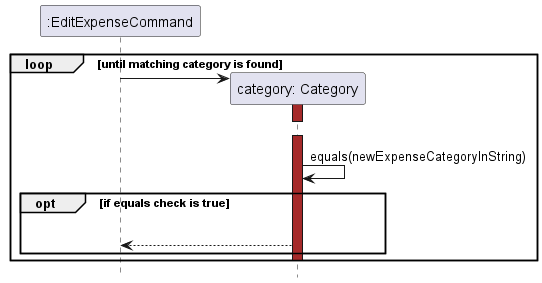
This is docs/images/sequence_diagrams/EditExpenseFindPartSequenceDiagram.png from nus-cs2103-AY2223S2/tp, a PlantUML export, as it was before one commit. Its diagram source:
```plantuml
@startuml  EditExpenseFindPartSequenceDiagram

hide footbox
skinparam MinClassWidth 50
skinparam ParticipantPadding 10
skinparam Shadowing false
skinparam DefaultTextAlignment center
skinparam packageStyle Rectangle

participant ":EditExpenseCommand" as Command  order 1
participant "category: Category" as Category order 2
skinparam Sequence {
    MessageAlign center
    BoxFontSize 15
    BoxPadding 0
    BoxFontColor #FFFFFF
    ReferenceBackgroundColor #FFFFFF
}

loop until matching category is found
    create Category
    Command -> Category
    activate Category #Brown
    Category -[hidden]> Command
    deactivate Category

    Command-[hidden]->Category
     activate Category #Brown
    Category -> Category :equals(newExpenseCategoryInString)
    opt if equals check is true
       Category -[hidden]> Category
       Category --> Command
    end
    deactivate Category
end
@enduml
```
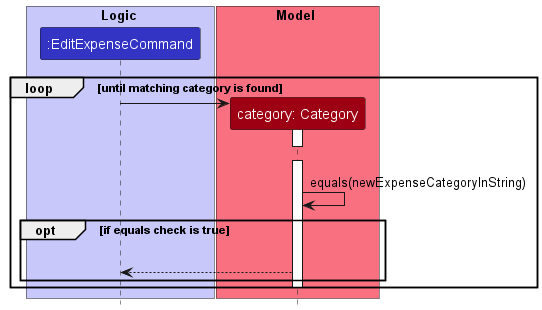
The same file after the commit.

The edit, as a diff of the source:
```diff
@@ -1,4 +1,5 @@
 @startuml  EditExpenseFindPartSequenceDiagram
+!include ../../style.puml
 
 hide footbox
 skinparam MinClassWidth 50
@@ -7,25 +8,23 @@
 skinparam DefaultTextAlignment center
 skinparam packageStyle Rectangle
 
-participant ":EditExpenseCommand" as Command  order 1
-participant "category: Category" as Category order 2
-skinparam Sequence {
-    MessageAlign center
-    BoxFontSize 15
-    BoxPadding 0
-    BoxFontColor #FFFFFF
-    ReferenceBackgroundColor #FFFFFF
-}
+box Logic LOGIC_COLOR_T1
+participant ":EditExpenseCommand" as Command  order 1 LOGIC_COLOR
+end box
+
+box Model MODEL_COLOR_T1
+participant "category: Category" as Category order 2 MODEL_COLOR
+end box
 
 loop until matching category is found
     create Category
     Command -> Category
-    activate Category #Brown
+    activate Category
     Category -[hidden]> Command
     deactivate Category
 
     Command-[hidden]->Category
-     activate Category #Brown
+     activate Category
     Category -> Category :equals(newExpenseCategoryInString)
     opt if equals check is true
        Category -[hidden]> Category
```
